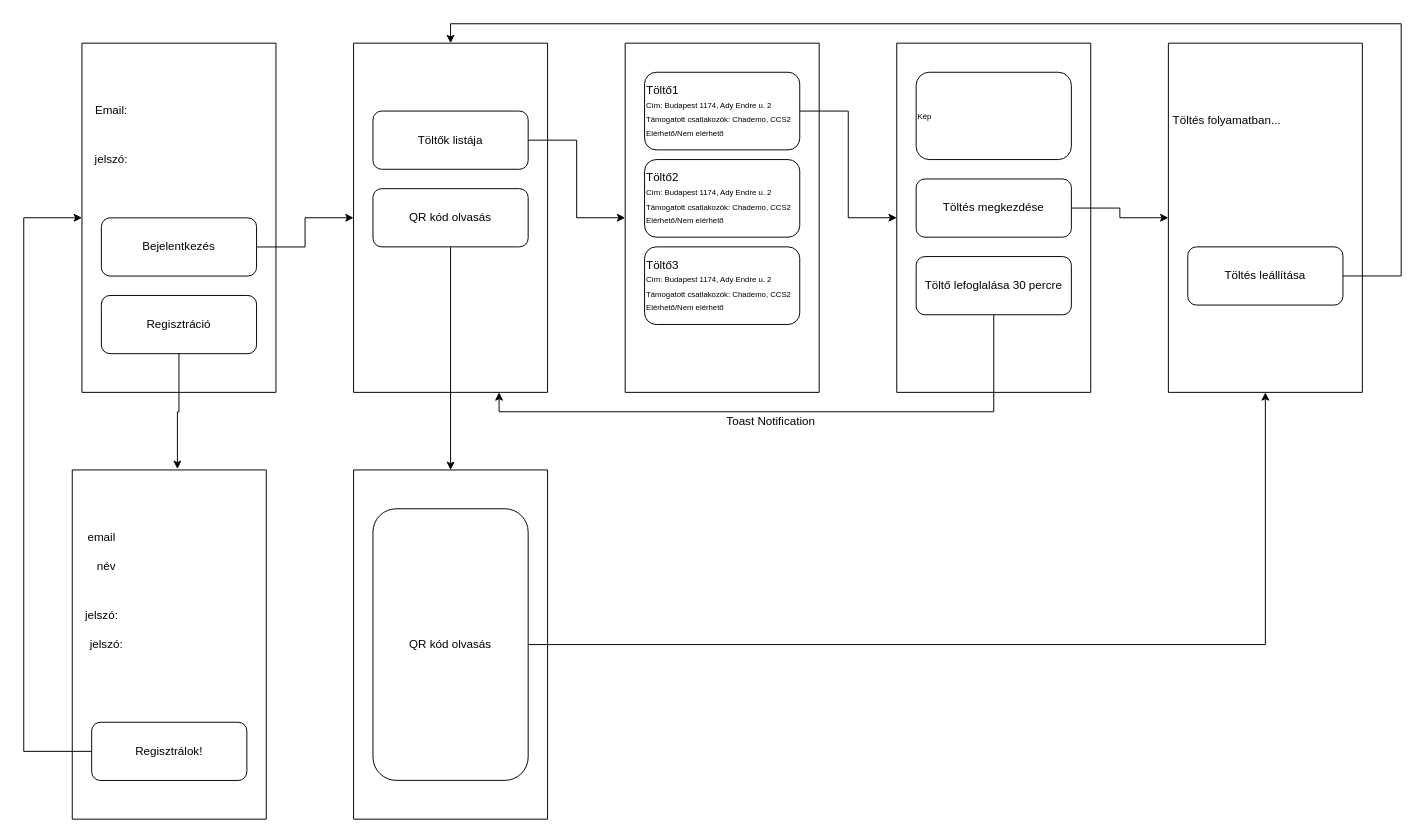
Above: activities.drawio in gregszalay/ocpp-android (draw.io), before the change. Source tidied: cells renumbered, new cells numbered last; positions are measured from the earlier drawing's top-left corner, leaving out a move shared by most shapes. Both pictures are drawn from the tidied source at 97%, with x=0, y=0 at pixel (23, 23).
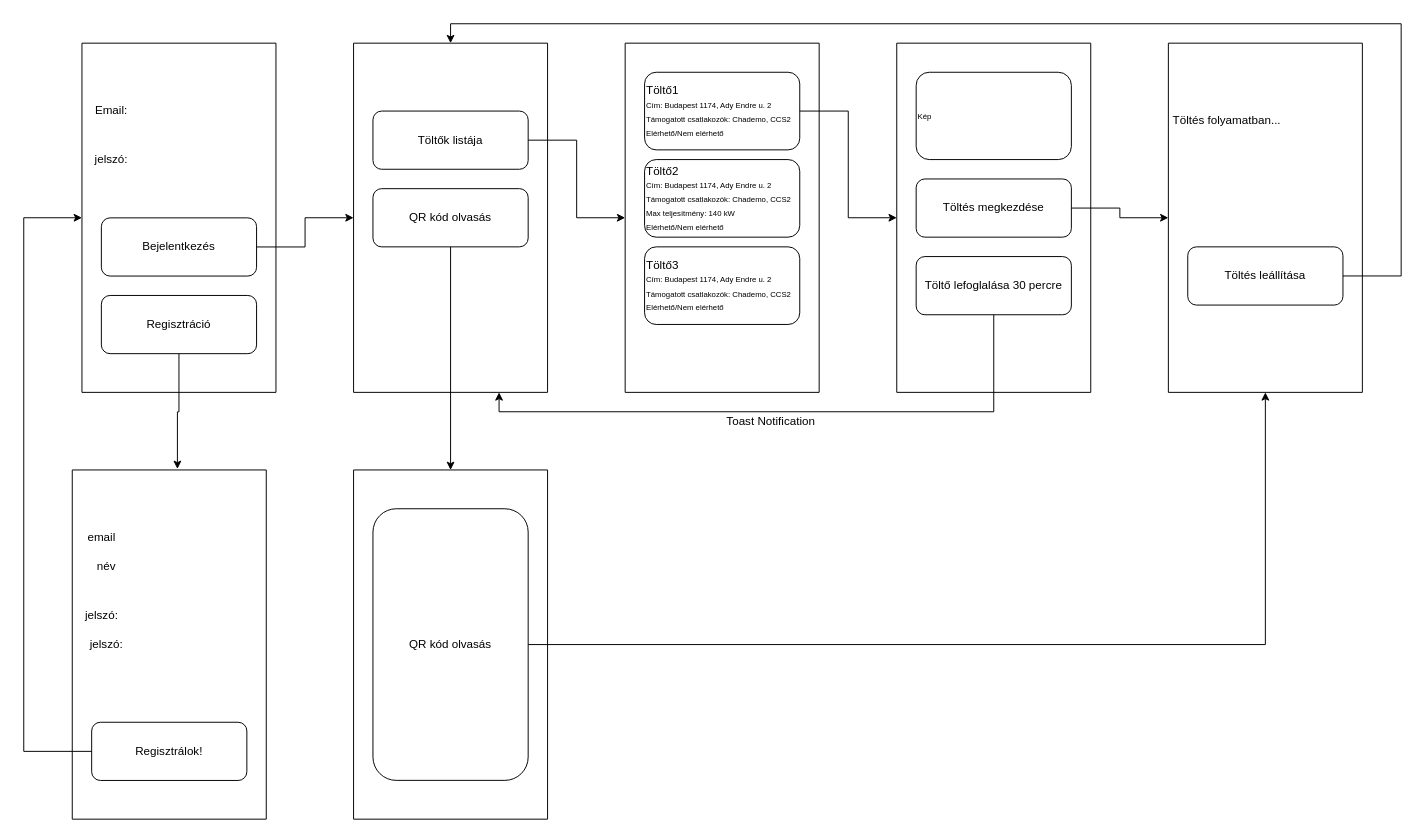
The same diagram, later.

Unchanged cells that the change refers to:
```xml
<mxCell id="9" style="swimlane;startSize=0;" parent="1" vertex="1">
  <mxGeometry x="620" y="20" width="200" height="360" as="geometry" />
</mxCell>
```

What changed in the source:
```diff
@@
-    <mxCell id="11" value="Töltő2&lt;br&gt;&lt;font style=&quot;font-size: 8px&quot;&gt;Cím: Budapest 1174, Ady Endre u. 2&lt;br&gt;Támogatott csatlakozók: Chademo, CCS2&lt;br&gt;Elérhető/Nem elérhető&lt;br&gt;&lt;/font&gt;" style="rounded=1;whiteSpace=wrap;html=1;align=left;" parent="9" vertex="1">
+    <mxCell id="11" value="Töltő2&lt;br&gt;&lt;font style=&quot;font-size: 8px&quot;&gt;Cím: Budapest 1174, Ady Endre u. 2&lt;br&gt;Támogatott csatlakozók: Chademo, CCS2&lt;br&gt;Max teljesítmény: 140 kW&lt;br&gt;Elérhető/Nem elérhető&lt;br&gt;&lt;/font&gt;" style="rounded=1;whiteSpace=wrap;html=1;align=left;" parent="9" vertex="1">
       <mxGeometry x="20" y="120" width="160" height="80" as="geometry" />
     </mxCell>
```
